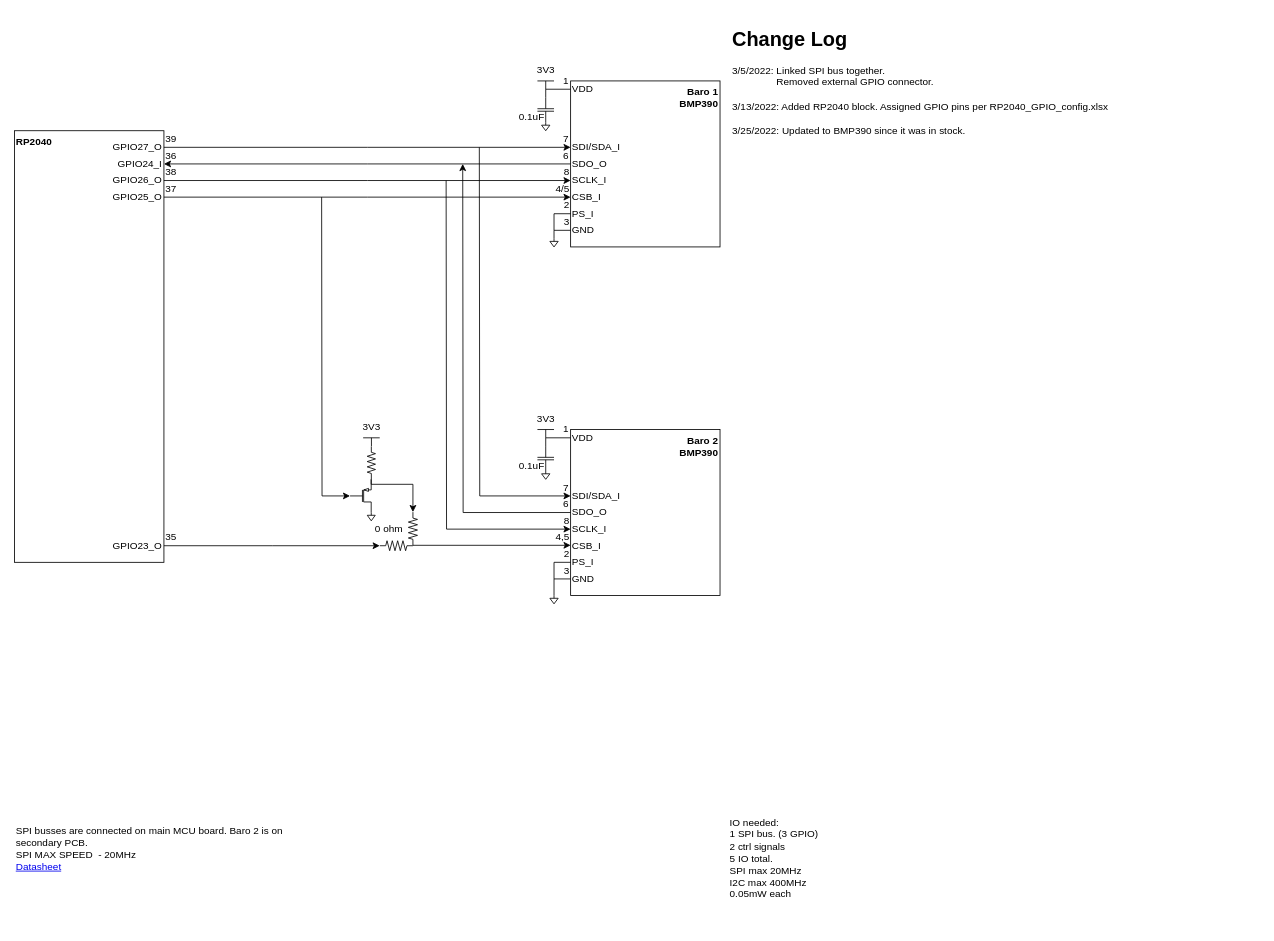
Above: page "Baro Pressue" (7 of 11) of PleaseGoUp_RP2040.drawio in liamherlihy/pleaseGoUp (draw.io), before the change. Source tidied: cells renumbered, new cells numbered last; positions are measured from the earlier drawing's top-left corner, leaving out a move shared by most shapes. Both pictures are drawn from the tidied source at 83%, with x=0, y=0 at pixel (14, 22).
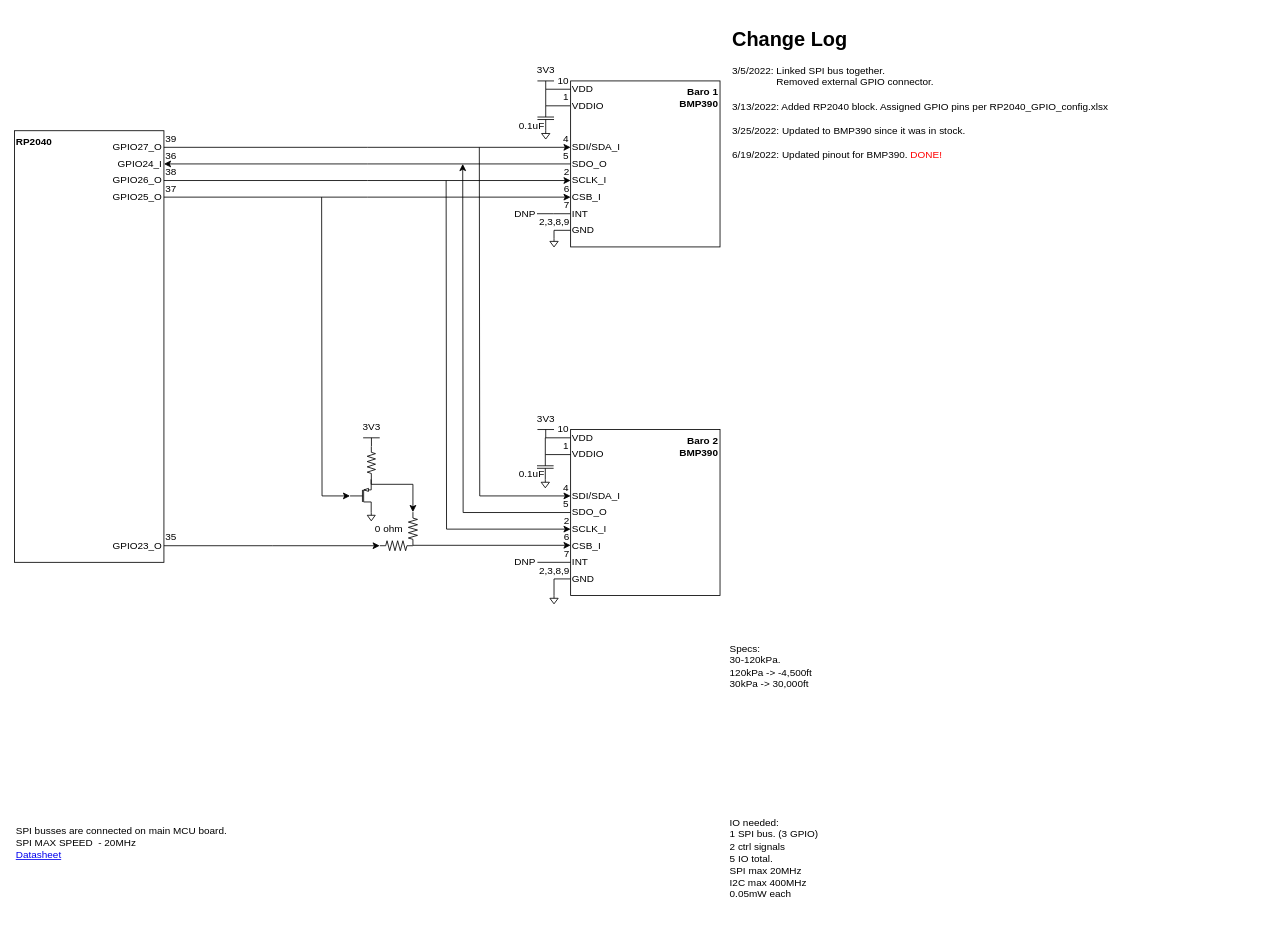
Above is the later version.

Commit message (it also covers changes not shown here):
see change notes. Updated GPS/Baro

Change to the diagram source:
```diff
@@
-    <mxCell id="9" value="SPI busses are connected on main MCU board. Baro 2 is on secondary PCB.&amp;nbsp;&lt;br&gt;SPI MAX SPEED&amp;nbsp; - 20MHz&amp;nbsp;&lt;br&gt;&lt;a href=&quot;https://www.te.com/commerce/DocumentDelivery/DDEController?Action=srchrtrv&amp;amp;DocNm=MS5607-02BA03&amp;amp;DocType=Data+Sheet&amp;amp;DocLang=English&quot;&gt;Datasheet&lt;/a&gt;&amp;nbsp;" style="text;html=1;strokeColor=none;fillColor=none;align=left;verticalAlign=top;whiteSpace=wrap;rounded=0;fontSize=12;" parent="1" vertex="1">
+    <mxCell id="9" value="SPI busses are connected on main MCU board.&lt;br&gt;SPI MAX SPEED&amp;nbsp; - 20MHz&amp;nbsp;&lt;br&gt;&lt;a href=&quot;https://www.te.com/commerce/DocumentDelivery/DDEController?Action=srchrtrv&amp;amp;DocNm=MS5607-02BA03&amp;amp;DocType=Data+Sheet&amp;amp;DocLang=English&quot;&gt;Datasheet&lt;/a&gt;&amp;nbsp;" style="text;html=1;strokeColor=none;fillColor=none;align=left;verticalAlign=top;whiteSpace=wrap;rounded=0;fontSize=12;" parent="1" vertex="1">
       <mxGeometry y="960" width="360" height="130" as="geometry" />
     </mxCell>
@@
-    <mxCell id="12" style="edgeStyle=orthogonalEdgeStyle;rounded=0;jettySize=auto;html=1;exitX=0;exitY=0.5;exitDx=0;exitDy=0;startArrow=none;startFill=0;endArrow=none;endFill=0;" parent="1" edge="1" source="13">
-      <mxGeometry relative="1" as="geometry">
-        <mxPoint x="650" y="670" as="targetPoint" />
-      </mxGeometry>
-    </mxCell>
-    <mxCell id="13" value="PS_I" style="text;html=1;strokeColor=none;fillColor=none;align=left;verticalAlign=middle;whiteSpace=wrap;rounded=0;fontSize=12;" parent="1" vertex="1">
+    <mxCell id="13" value="INT" style="text;html=1;strokeColor=none;fillColor=none;align=left;verticalAlign=middle;whiteSpace=wrap;rounded=0;fontSize=12;" parent="1" vertex="1">
       <mxGeometry x="670" y="640" width="120" height="20" as="geometry" />
     </mxCell>
@@
     <mxCell id="27" value="0.1uF" style="text;html=1;strokeColor=none;fillColor=none;align=left;verticalAlign=middle;whiteSpace=wrap;rounded=0;" parent="1" vertex="1">
-      <mxGeometry x="606" y="523" width="65" height="22" as="geometry" />
+      <mxGeometry x="605.5" y="533.2" width="65" height="22" as="geometry" />
     </mxCell>
     <mxCell id="28" style="verticalLabelPosition=bottom;shadow=0;dashed=0;align=center;html=1;verticalAlign=top;shape=mxgraph.electrical.signal_sources.signal_ground;" parent="1" vertex="1">
-      <mxGeometry x="635" y="540" width="10" height="10" as="geometry" />
+      <mxGeometry x="634.5" y="550.2" width="10" height="10" as="geometry" />
     </mxCell>
     <mxCell id="29" style="verticalLabelPosition=bottom;shadow=0;dashed=0;align=center;html=1;verticalAlign=top;shape=mxgraph.electrical.capacitors.capacitor_1;rotation=-90;labelPosition=center;" parent="1" vertex="1">
-      <mxGeometry x="625" y="515" width="30" height="20" as="geometry" />
+      <mxGeometry x="624.5" y="525.2" width="30" height="20" as="geometry" />
     </mxCell>
@@
-    <mxCell id="33" style="edgeStyle=orthogonalEdgeStyle;rounded=0;jettySize=auto;html=1;exitX=0;exitY=0.5;exitDx=0;exitDy=0;startArrow=none;startFill=0;endArrow=none;endFill=0;" parent="1" edge="1" source="34">
-      <mxGeometry relative="1" as="geometry">
-        <mxPoint x="650" y="250" as="targetPoint" />
-      </mxGeometry>
-    </mxCell>
-    <mxCell id="34" value="PS_I" style="text;html=1;strokeColor=none;fillColor=none;align=left;verticalAlign=middle;whiteSpace=wrap;rounded=0;fontSize=12;" parent="1" vertex="1">
+    <mxCell id="34" value="INT" style="text;html=1;strokeColor=none;fillColor=none;align=left;verticalAlign=middle;whiteSpace=wrap;rounded=0;fontSize=12;" parent="1" vertex="1">
       <mxGeometry x="670" y="220" width="120" height="20" as="geometry" />
     </mxCell>
@@
     <mxCell id="47" value="0.1uF" style="text;html=1;strokeColor=none;fillColor=none;align=left;verticalAlign=middle;whiteSpace=wrap;rounded=0;" parent="1" vertex="1">
-      <mxGeometry x="606" y="103" width="65" height="22" as="geometry" />
+      <mxGeometry x="606" y="113" width="65" height="22" as="geometry" />
     </mxCell>
     <mxCell id="48" style="verticalLabelPosition=bottom;shadow=0;dashed=0;align=center;html=1;verticalAlign=top;shape=mxgraph.electrical.signal_sources.signal_ground;" parent="1" vertex="1">
-      <mxGeometry x="635" y="120" width="10" height="10" as="geometry" />
+      <mxGeometry x="635" y="130" width="10" height="10" as="geometry" />
     </mxCell>
     <mxCell id="49" style="verticalLabelPosition=bottom;shadow=0;dashed=0;align=center;html=1;verticalAlign=top;shape=mxgraph.electrical.capacitors.capacitor_1;rotation=-90;labelPosition=center;" parent="1" vertex="1">
-      <mxGeometry x="625" y="95" width="30" height="20" as="geometry" />
+      <mxGeometry x="625" y="105" width="30" height="20" as="geometry" />
     </mxCell>
@@
-    <mxCell id="51" value="&lt;h1&gt;Change Log&lt;/h1&gt;&lt;div&gt;3/5/2022:&lt;span&gt;&#9;&lt;/span&gt;Linked SPI bus together.&lt;/div&gt;&lt;div&gt;&lt;span&gt;&#9;&lt;/span&gt;&lt;span&gt;&#9;&lt;/span&gt;&lt;span style=&quot;white-space: pre&quot;&gt;&#9;&lt;/span&gt;&lt;span style=&quot;white-space: pre&quot;&gt;&#9;&lt;/span&gt;Removed external GPIO connector.&amp;nbsp;&lt;br&gt;&lt;br&gt;3/13/2022: Added RP2040 block. Assigned GPIO pins per RP2040_GPIO_config.xlsx&lt;br&gt;&lt;br&gt;3/25/2022: Updated to BMP390 since it was in stock.&amp;nbsp;&lt;/div&gt;" style="text;html=1;strokeColor=none;fillColor=none;spacing=5;spacingTop=-20;whiteSpace=wrap;overflow=hidden;rounded=0;" parent="1" vertex="1">
+    <mxCell id="51" value="&lt;h1&gt;Change Log&lt;/h1&gt;&lt;div&gt;3/5/2022:&lt;span&gt;&#9;&lt;/span&gt;Linked SPI bus together.&lt;/div&gt;&lt;div&gt;&lt;span&gt;&#9;&lt;/span&gt;&lt;span&gt;&#9;&lt;/span&gt;&lt;span style=&quot;white-space: pre&quot;&gt;&#9;&lt;/span&gt;&lt;span style=&quot;white-space: pre&quot;&gt;&#9;&lt;/span&gt;Removed external GPIO connector.&amp;nbsp;&lt;br&gt;&lt;br&gt;3/13/2022: Added RP2040 block. Assigned GPIO pins per RP2040_GPIO_config.xlsx&lt;br&gt;&lt;br&gt;3/25/2022: Updated to BMP390 since it was in stock.&amp;nbsp;&lt;/div&gt;&lt;div&gt;&lt;br&gt;&lt;/div&gt;&lt;div&gt;6/19/2022: Updated pinout for BMP390. &lt;font color=&quot;#ff0000&quot;&gt;DONE!&lt;/font&gt;&lt;/div&gt;&lt;div&gt;&lt;br&gt;&lt;/div&gt;&lt;div&gt;&lt;br&gt;&lt;/div&gt;&lt;div&gt;&lt;br&gt;&lt;/div&gt;&lt;div&gt;&lt;br&gt;&lt;/div&gt;&lt;div&gt;&lt;br&gt;&lt;/div&gt;&lt;div&gt;&lt;br&gt;&lt;/div&gt;&lt;div&gt;&lt;br&gt;&lt;/div&gt;&lt;div&gt;&lt;br&gt;&lt;/div&gt;&lt;div&gt;&lt;br&gt;&lt;/div&gt;&lt;div&gt;&lt;br&gt;&lt;/div&gt;&lt;div&gt;&lt;br&gt;&lt;/div&gt;&lt;div&gt;&lt;br&gt;&lt;/div&gt;&lt;div&gt;&lt;br&gt;&lt;/div&gt;&lt;div&gt;&lt;br&gt;&lt;/div&gt;&lt;div&gt;&lt;br&gt;&lt;/div&gt;" style="text;html=1;strokeColor=none;fillColor=none;spacing=5;spacingTop=-20;whiteSpace=wrap;overflow=hidden;rounded=0;" parent="1" vertex="1">
       <mxGeometry x="860" width="640" height="630" as="geometry" />
     </mxCell>
@@
-    <mxCell id="66" value="7" style="text;html=1;strokeColor=none;fillColor=none;align=right;verticalAlign=middle;whiteSpace=wrap;rounded=0;" parent="1" vertex="1">
+    <mxCell id="66" value="4" style="text;html=1;strokeColor=none;fillColor=none;align=right;verticalAlign=middle;whiteSpace=wrap;rounded=0;" parent="1" vertex="1">
       <mxGeometry x="650" y="130" width="20" height="20" as="geometry" />
     </mxCell>
-    <mxCell id="67" value="6" style="text;html=1;strokeColor=none;fillColor=none;align=right;verticalAlign=middle;whiteSpace=wrap;rounded=0;" parent="1" vertex="1">
+    <mxCell id="67" value="5" style="text;html=1;strokeColor=none;fillColor=none;align=right;verticalAlign=middle;whiteSpace=wrap;rounded=0;" parent="1" vertex="1">
       <mxGeometry x="650" y="150" width="20" height="20" as="geometry" />
     </mxCell>
-    <mxCell id="68" value="8" style="text;html=1;strokeColor=none;fillColor=none;align=right;verticalAlign=middle;whiteSpace=wrap;rounded=0;" parent="1" vertex="1">
+    <mxCell id="68" value="2" style="text;html=1;strokeColor=none;fillColor=none;align=right;verticalAlign=middle;whiteSpace=wrap;rounded=0;" parent="1" vertex="1">
       <mxGeometry x="651" y="170" width="20" height="20" as="geometry" />
     </mxCell>
-    <mxCell id="69" value="4/5" style="text;html=1;strokeColor=none;fillColor=none;align=right;verticalAlign=middle;whiteSpace=wrap;rounded=0;" parent="1" vertex="1">
+    <mxCell id="69" value="6" style="text;html=1;strokeColor=none;fillColor=none;align=right;verticalAlign=middle;whiteSpace=wrap;rounded=0;" parent="1" vertex="1">
       <mxGeometry x="651" y="190" width="20" height="20" as="geometry" />
     </mxCell>
-    <mxCell id="70" value="2" style="text;html=1;strokeColor=none;fillColor=none;align=right;verticalAlign=middle;whiteSpace=wrap;rounded=0;" parent="1" vertex="1">
+    <mxCell id="70" value="7" style="text;html=1;strokeColor=none;fillColor=none;align=right;verticalAlign=middle;whiteSpace=wrap;rounded=0;" parent="1" vertex="1">
       <mxGeometry x="651" y="210" width="20" height="20" as="geometry" />
     </mxCell>
-    <mxCell id="71" value="3" style="text;html=1;strokeColor=none;fillColor=none;align=right;verticalAlign=middle;whiteSpace=wrap;rounded=0;" parent="1" vertex="1">
+    <mxCell id="71" value="2,3,8,9" style="text;html=1;strokeColor=none;fillColor=none;align=right;verticalAlign=middle;whiteSpace=wrap;rounded=0;" parent="1" vertex="1">
       <mxGeometry x="651" y="230" width="20" height="20" as="geometry" />
     </mxCell>
-    <mxCell id="72" value="7" style="text;html=1;strokeColor=none;fillColor=none;align=right;verticalAlign=middle;whiteSpace=wrap;rounded=0;" parent="1" vertex="1">
+    <mxCell id="72" value="4" style="text;html=1;strokeColor=none;fillColor=none;align=right;verticalAlign=middle;whiteSpace=wrap;rounded=0;" parent="1" vertex="1">
       <mxGeometry x="649.5" y="549.5" width="20" height="20" as="geometry" />
     </mxCell>
-    <mxCell id="73" value="6" style="text;html=1;strokeColor=none;fillColor=none;align=right;verticalAlign=middle;whiteSpace=wrap;rounded=0;" parent="1" vertex="1">
+    <mxCell id="73" value="5" style="text;html=1;strokeColor=none;fillColor=none;align=right;verticalAlign=middle;whiteSpace=wrap;rounded=0;" parent="1" vertex="1">
       <mxGeometry x="649.5" y="569.5" width="20" height="20" as="geometry" />
     </mxCell>
-    <mxCell id="74" value="8" style="text;html=1;strokeColor=none;fillColor=none;align=right;verticalAlign=middle;whiteSpace=wrap;rounded=0;" parent="1" vertex="1">
+    <mxCell id="74" value="2" style="text;html=1;strokeColor=none;fillColor=none;align=right;verticalAlign=middle;whiteSpace=wrap;rounded=0;" parent="1" vertex="1">
       <mxGeometry x="650.5" y="589.5" width="20" height="20" as="geometry" />
     </mxCell>
-    <mxCell id="75" value="4,5" style="text;html=1;strokeColor=none;fillColor=none;align=right;verticalAlign=middle;whiteSpace=wrap;rounded=0;" parent="1" vertex="1">
+    <mxCell id="75" value="6" style="text;html=1;strokeColor=none;fillColor=none;align=right;verticalAlign=middle;whiteSpace=wrap;rounded=0;" parent="1" vertex="1">
       <mxGeometry x="650.5" y="609.5" width="20" height="20" as="geometry" />
     </mxCell>
-    <mxCell id="76" value="2" style="text;html=1;strokeColor=none;fillColor=none;align=right;verticalAlign=middle;whiteSpace=wrap;rounded=0;" parent="1" vertex="1">
+    <mxCell id="76" value="7" style="text;html=1;strokeColor=none;fillColor=none;align=right;verticalAlign=middle;whiteSpace=wrap;rounded=0;" parent="1" vertex="1">
       <mxGeometry x="650.5" y="629.5" width="20" height="20" as="geometry" />
     </mxCell>
-    <mxCell id="77" value="3" style="text;html=1;strokeColor=none;fillColor=none;align=right;verticalAlign=middle;whiteSpace=wrap;rounded=0;" parent="1" vertex="1">
+    <mxCell id="77" value="2,3,8,9" style="text;html=1;strokeColor=none;fillColor=none;align=right;verticalAlign=middle;whiteSpace=wrap;rounded=0;" parent="1" vertex="1">
       <mxGeometry x="650.5" y="649.5" width="20" height="20" as="geometry" />
     </mxCell>
-    <mxCell id="78" value="1" style="text;html=1;strokeColor=none;fillColor=none;align=right;verticalAlign=middle;whiteSpace=wrap;rounded=0;" parent="1" vertex="1">
+    <mxCell id="78" value="10" style="text;html=1;strokeColor=none;fillColor=none;align=right;verticalAlign=middle;whiteSpace=wrap;rounded=0;" parent="1" vertex="1">
       <mxGeometry x="649.5" y="60" width="20" height="20" as="geometry" />
     </mxCell>
-    <mxCell id="79" value="1" style="text;html=1;strokeColor=none;fillColor=none;align=right;verticalAlign=middle;whiteSpace=wrap;rounded=0;" parent="1" vertex="1">
+    <mxCell id="79" value="10" style="text;html=1;strokeColor=none;fillColor=none;align=right;verticalAlign=middle;whiteSpace=wrap;rounded=0;" parent="1" vertex="1">
       <mxGeometry x="649.5" y="480" width="20" height="20" as="geometry" />
     </mxCell>
+    <mxCell id="80" style="edgeStyle=orthogonalEdgeStyle;rounded=0;jettySize=auto;html=1;fontColor=#FF0000;startArrow=none;startFill=0;endArrow=none;endFill=0;" parent="1" edge="1" source="81" target="13">
+      <mxGeometry relative="1" as="geometry" />
+    </mxCell>
+    <mxCell id="81" value="DNP" style="text;html=1;strokeColor=none;fillColor=none;align=right;verticalAlign=middle;whiteSpace=wrap;rounded=0;" parent="1" vertex="1">
+      <mxGeometry x="600" y="640" width="30" height="20" as="geometry" />
+    </mxCell>
+    <mxCell id="82" style="edgeStyle=orthogonalEdgeStyle;rounded=0;jettySize=auto;html=1;fontColor=#FF0000;startArrow=none;startFill=0;endArrow=none;endFill=0;" parent="1" edge="1" source="83">
+      <mxGeometry relative="1" as="geometry">
+        <mxPoint x="669.5" y="230" as="targetPoint" />
+      </mxGeometry>
+    </mxCell>
+    <mxCell id="83" value="DNP" style="text;html=1;strokeColor=none;fillColor=none;align=right;verticalAlign=middle;whiteSpace=wrap;rounded=0;" parent="1" vertex="1">
+      <mxGeometry x="599.5" y="220" width="30" height="20" as="geometry" />
+    </mxCell>
+    <mxCell id="84" style="edgeStyle=orthogonalEdgeStyle;rounded=0;jettySize=auto;html=1;entryX=1;entryY=0.5;entryDx=0;entryDy=0;entryPerimeter=0;fontColor=#FF0000;startArrow=none;startFill=0;endArrow=none;endFill=0;" parent="1" edge="1" source="85" target="49">
+      <mxGeometry relative="1" as="geometry">
+        <Array as="points">
+          <mxPoint x="640" y="100" />
+          <mxPoint x="640" y="100" />
+        </Array>
+      </mxGeometry>
+    </mxCell>
+    <mxCell id="85" value="VDDIO" style="text;html=1;strokeColor=none;fillColor=none;align=left;verticalAlign=middle;whiteSpace=wrap;rounded=0;fontSize=12;" parent="1" vertex="1">
+      <mxGeometry x="669.5" y="90" width="120" height="20" as="geometry" />
+    </mxCell>
+    <mxCell id="86" value="1" style="text;html=1;strokeColor=none;fillColor=none;align=right;verticalAlign=middle;whiteSpace=wrap;rounded=0;" parent="1" vertex="1">
+      <mxGeometry x="649.5" y="80" width="20" height="20" as="geometry" />
+    </mxCell>
+    <mxCell id="87" style="edgeStyle=orthogonalEdgeStyle;rounded=0;jettySize=auto;html=1;entryX=1;entryY=0.5;entryDx=0;entryDy=0;entryPerimeter=0;fontColor=#FF0000;startArrow=none;startFill=0;endArrow=none;endFill=0;" parent="1" edge="1" source="88" target="29">
+      <mxGeometry relative="1" as="geometry">
+        <Array as="points">
+          <mxPoint x="640" y="520" />
+        </Array>
+      </mxGeometry>
+    </mxCell>
+    <mxCell id="88" value="VDDIO" style="text;html=1;strokeColor=none;fillColor=none;align=left;verticalAlign=middle;whiteSpace=wrap;rounded=0;fontSize=12;" parent="1" vertex="1">
+      <mxGeometry x="670" y="510" width="120" height="20" as="geometry" />
+    </mxCell>
+    <mxCell id="89" value="1" style="text;html=1;strokeColor=none;fillColor=none;align=right;verticalAlign=middle;whiteSpace=wrap;rounded=0;" parent="1" vertex="1">
+      <mxGeometry x="649.5" y="500" width="20" height="20" as="geometry" />
+    </mxCell>
+    <mxCell id="90" value="&lt;span&gt;Specs:&lt;br&gt;30-120kPa.&amp;nbsp;&lt;br&gt;120kPa -&amp;gt; -4,500ft&lt;br&gt;30kPa -&amp;gt; 30,000ft&lt;br&gt;&amp;nbsp;&lt;br&gt;&lt;/span&gt;" style="text;html=1;strokeColor=none;fillColor=none;align=left;verticalAlign=top;whiteSpace=wrap;rounded=0;fontSize=12;" parent="1" vertex="1">
+      <mxGeometry x="860" y="740" width="360" height="130" as="geometry" />
+    </mxCell>
```
